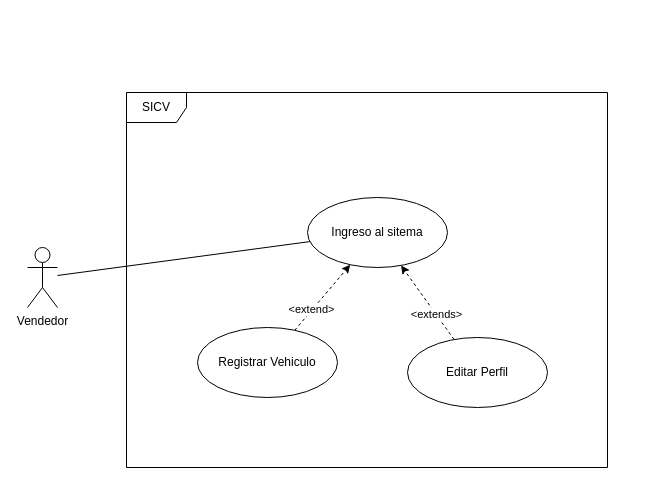
The draw.io diagram page "Caso de uso Ingreso al sistema" (1 of 3) of Diagramas Stiven.drawio in barloff2/Diagramas, before the edit. Source tidied: cells renumbered, new cells numbered last; positions are measured from the earlier drawing's top-left corner, leaving out a move shared by most shapes. Both pictures are drawn from the tidied source at 100%, with x=0, y=0 at pixel (27, 92).
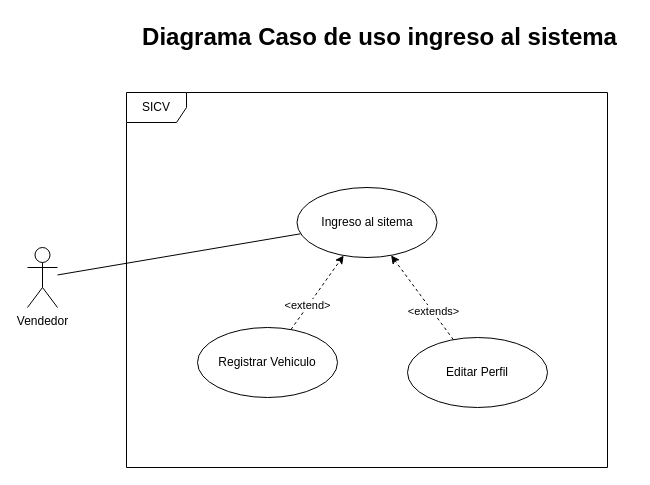
Above is the later version.

Change to the diagram source:
```diff
@@
 <mxGraphModel>
   <root>
     <mxCell id="0" />
     <mxCell id="1" parent="0" />
     <mxCell id="2" style="rounded=0;jettySize=auto;html=1;endArrow=none;endFill=0;" parent="1" edge="1" source="3" target="5">
       <mxGeometry relative="1" as="geometry" />
     </mxCell>
     <mxCell id="3" value="Vendedor" style="shape=umlActor;verticalLabelPosition=bottom;verticalAlign=top;html=1;" parent="1" vertex="1">
       <mxGeometry y="155" width="30" height="60" as="geometry" />
     </mxCell>
     <mxCell id="4" value="SICV" style="shape=umlFrame;whiteSpace=wrap;html=1;" parent="1" vertex="1">
       <mxGeometry x="99" width="481" height="375" as="geometry" />
     </mxCell>
     <mxCell id="5" value="Ingreso al sitema" style="ellipse;whiteSpace=wrap;html=1;" parent="1" vertex="1">
-      <mxGeometry x="280" y="105" width="140" height="70" as="geometry" />
+      <mxGeometry x="269.5" y="95" width="140" height="70" as="geometry" />
     </mxCell>
     <mxCell id="6" style="edgeStyle=none;rounded=0;jettySize=auto;html=1;endArrow=classic;endFill=1;dashed=1;" parent="1" edge="1" source="8" target="5">
       <mxGeometry relative="1" as="geometry" />
     </mxCell>
     <mxCell id="7" value="&amp;lt;extend&amp;gt;" style="edgeLabel;html=1;align=center;verticalAlign=middle;" parent="6" vertex="1">
       <mxGeometry x="-0.37" y="1" relative="1" as="geometry" />
     </mxCell>
     <mxCell id="8" value="Registrar Vehiculo" style="ellipse;whiteSpace=wrap;html=1;" parent="1" vertex="1">
       <mxGeometry x="170" y="235" width="140" height="70" as="geometry" />
     </mxCell>
     <mxCell id="9" style="edgeStyle=none;rounded=0;jettySize=auto;html=1;endArrow=classic;endFill=1;dashed=1;startArrow=none;startFill=0;" parent="1" edge="1" source="11" target="5">
       <mxGeometry relative="1" as="geometry" />
     </mxCell>
     <mxCell id="10" value="&amp;lt;extends&amp;gt;" style="edgeLabel;html=1;align=center;verticalAlign=middle;" parent="9" vertex="1">
       <mxGeometry x="-0.33" relative="1" as="geometry" />
     </mxCell>
     <mxCell id="11" value="Editar Perfil" style="ellipse;whiteSpace=wrap;html=1;" parent="1" vertex="1">
       <mxGeometry x="380" y="245" width="140" height="70" as="geometry" />
     </mxCell>
+    <mxCell id="12" value="Diagrama Caso de uso ingreso al sistema" style="text;strokeColor=none;fillColor=none;html=1;fontSize=24;fontStyle=1;verticalAlign=middle;align=center;" parent="1" vertex="1">
+      <mxGeometry x="99" y="-75" width="506" height="40" as="geometry" />
+    </mxCell>
   </root>
 </mxGraphModel>
```
